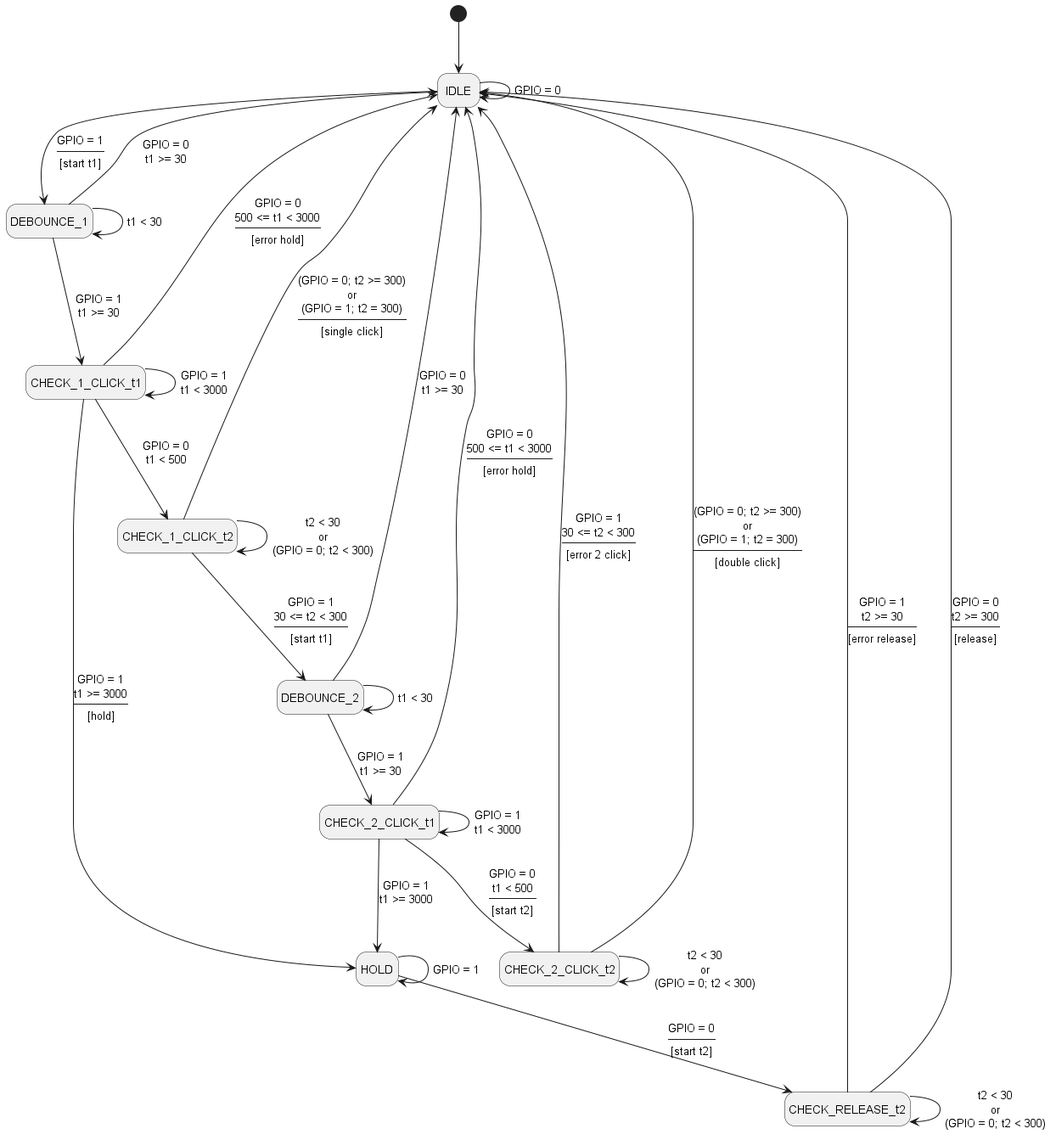
minh2002sn/btnhandler keeps this PlantUML diagram as docs/docs/fsm_btnhandling/Button FSM Diagram.png. Above is the earlier version. Source of this version:
```plantuml
@startuml Button FSM Diagram
hide empty description

[*]--> IDLE
IDLE --> DEBOUNCE_1 : GPIO = 1\n----\n[start t1]
IDLE --> IDLE : GPIO = 0

DEBOUNCE_1 --> DEBOUNCE_1 : t1 < 30
DEBOUNCE_1 --> CHECK_1_CLICK_t1 : GPIO = 1\nt1 >= 30
DEBOUNCE_1 --> IDLE : GPIO = 0\nt1 >= 30

CHECK_1_CLICK_t1 --> CHECK_1_CLICK_t1 : GPIO = 1\nt1 < 3000
CHECK_1_CLICK_t1 --> IDLE : GPIO = 0\n500 <= t1 < 3000\n----\n[error hold]
CHECK_1_CLICK_t1 --> CHECK_1_CLICK_t2 : GPIO = 0\nt1 < 500
CHECK_1_CLICK_t1 --> HOLD : GPIO = 1\nt1 >= 3000\n----\n[hold]

CHECK_1_CLICK_t2 --> CHECK_1_CLICK_t2 : t2 < 30\nor\n(GPIO = 0; t2 < 300)
CHECK_1_CLICK_t2 --> DEBOUNCE_2 : GPIO = 1\n30 <= t2 < 300\n----\n[start t1]
CHECK_1_CLICK_t2 --> IDLE : (GPIO = 0; t2 >= 300)\nor\n(GPIO = 1; t2 = 300)\n----\n[single click]

DEBOUNCE_2 --> DEBOUNCE_2 : t1 < 30
DEBOUNCE_2 --> IDLE : GPIO = 0\nt1 >= 30
DEBOUNCE_2 --> CHECK_2_CLICK_t1 : GPIO = 1\nt1 >= 30

CHECK_2_CLICK_t1 --> CHECK_2_CLICK_t1 : GPIO = 1\nt1 < 3000
CHECK_2_CLICK_t1 --> HOLD : GPIO = 1\nt1 >= 3000
CHECK_2_CLICK_t1 --> IDLE : GPIO = 0\n500 <= t1 < 3000\n----\n[error hold]
CHECK_2_CLICK_t1 --> CHECK_2_CLICK_t2 : GPIO = 0\nt1 < 500\n----\n[start t2]

CHECK_2_CLICK_t2 --> IDLE : GPIO = 1\n30 <= t2 < 300\n----\n[error 2 click]
CHECK_2_CLICK_t2 --> IDLE : (GPIO = 0; t2 >= 300)\nor\n(GPIO = 1; t2 = 300)\n----\n[double click]
CHECK_2_CLICK_t2 --> CHECK_2_CLICK_t2 : t2 < 30\nor\n(GPIO = 0; t2 < 300)

HOLD --> CHECK_RELEASE_t2 : GPIO = 0\n----\n[start t2]
HOLD --> HOLD : GPIO = 1

CHECK_RELEASE_t2 --> CHECK_RELEASE_t2 : t2 < 30\nor\n(GPIO = 0; t2 < 300)
CHECK_RELEASE_t2 --> IDLE : GPIO = 1\nt2 >= 30\n----\n[error release]
CHECK_RELEASE_t2 --> IDLE : GPIO = 0\nt2 >= 300\n----\n[release]

@enduml
```
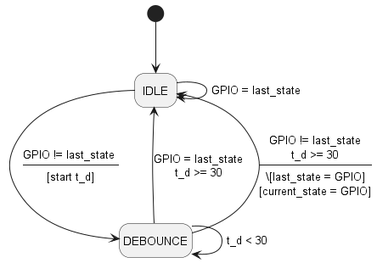
The same file after the commit.

Commit message:
docs(images): Add state machine diagrams

Change to the diagram source:
```diff
@@ -2,40 +2,12 @@
 hide empty description
 
 [*]--> IDLE
-IDLE --> DEBOUNCE_1 : GPIO = 1\n----\n[start t1]
-IDLE --> IDLE : GPIO = 0
+IDLE --> IDLE : GPIO = last_state
+IDLE --> DEBOUNCE : GPIO != last_state \n----\n[start t_d]
 
-DEBOUNCE_1 --> DEBOUNCE_1 : t1 < 30
-DEBOUNCE_1 --> CHECK_1_CLICK_t1 : GPIO = 1\nt1 >= 30
-DEBOUNCE_1 --> IDLE : GPIO = 0\nt1 >= 30
+DEBOUNCE --> DEBOUNCE : t_d < 30
+DEBOUNCE --> IDLE : GPIO = last_state\nt_d >= 30
+DEBOUNCE --> IDLE : GPIO != last_state\nt_d >= 30\n----\n\[last_state = GPIO]\n[current_state = GPIO]
 
-CHECK_1_CLICK_t1 --> CHECK_1_CLICK_t1 : GPIO = 1\nt1 < 3000
-CHECK_1_CLICK_t1 --> IDLE : GPIO = 0\n500 <= t1 < 3000\n----\n[error hold]
-CHECK_1_CLICK_t1 --> CHECK_1_CLICK_t2 : GPIO = 0\nt1 < 500
-CHECK_1_CLICK_t1 --> HOLD : GPIO = 1\nt1 >= 3000\n----\n[hold]
-
-CHECK_1_CLICK_t2 --> CHECK_1_CLICK_t2 : t2 < 30\nor\n(GPIO = 0; t2 < 300)
-CHECK_1_CLICK_t2 --> DEBOUNCE_2 : GPIO = 1\n30 <= t2 < 300\n----\n[start t1]
-CHECK_1_CLICK_t2 --> IDLE : (GPIO = 0; t2 >= 300)\nor\n(GPIO = 1; t2 = 300)\n----\n[single click]
-
-DEBOUNCE_2 --> DEBOUNCE_2 : t1 < 30
-DEBOUNCE_2 --> IDLE : GPIO = 0\nt1 >= 30
-DEBOUNCE_2 --> CHECK_2_CLICK_t1 : GPIO = 1\nt1 >= 30
-
-CHECK_2_CLICK_t1 --> CHECK_2_CLICK_t1 : GPIO = 1\nt1 < 3000
-CHECK_2_CLICK_t1 --> HOLD : GPIO = 1\nt1 >= 3000
-CHECK_2_CLICK_t1 --> IDLE : GPIO = 0\n500 <= t1 < 3000\n----\n[error hold]
-CHECK_2_CLICK_t1 --> CHECK_2_CLICK_t2 : GPIO = 0\nt1 < 500\n----\n[start t2]
-
-CHECK_2_CLICK_t2 --> IDLE : GPIO = 1\n30 <= t2 < 300\n----\n[error 2 click]
-CHECK_2_CLICK_t2 --> IDLE : (GPIO = 0; t2 >= 300)\nor\n(GPIO = 1; t2 = 300)\n----\n[double click]
-CHECK_2_CLICK_t2 --> CHECK_2_CLICK_t2 : t2 < 30\nor\n(GPIO = 0; t2 < 300)
-
-HOLD --> CHECK_RELEASE_t2 : GPIO = 0\n----\n[start t2]
-HOLD --> HOLD : GPIO = 1
-
-CHECK_RELEASE_t2 --> CHECK_RELEASE_t2 : t2 < 30\nor\n(GPIO = 0; t2 < 300)
-CHECK_RELEASE_t2 --> IDLE : GPIO = 1\nt2 >= 30\n----\n[error release]
-CHECK_RELEASE_t2 --> IDLE : GPIO = 0\nt2 >= 300\n----\n[release]
 
 @enduml
```
